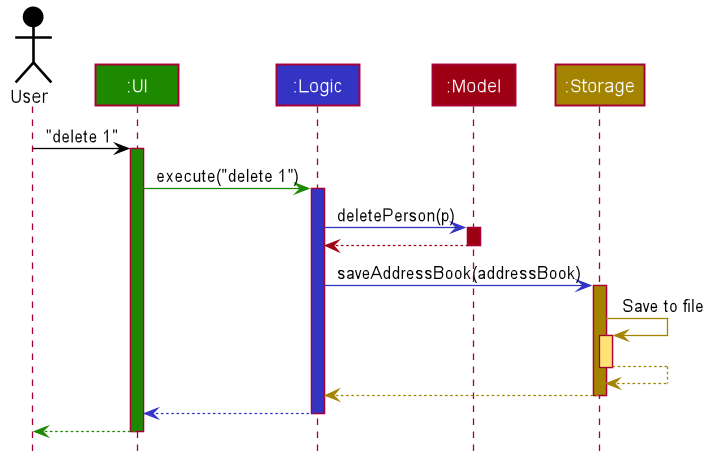
The PlantUML diagram docs/images/ArchitectureSequenceDiagram.png in nus-cs2103-AY2122S1/tp, before a commit.
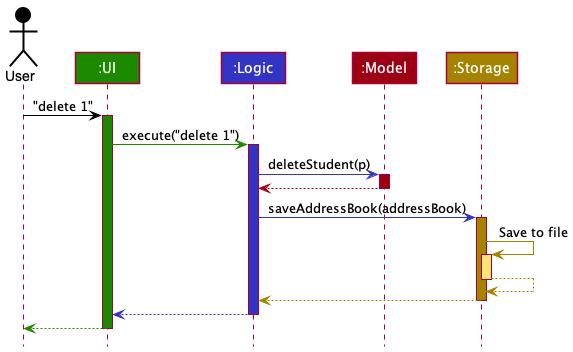
The same file after the commit.

Diff of the diagram source:
```diff
@@ -1,85 +1,38 @@
 @startuml
+!include style.puml
 
+Actor User as user USER_COLOR
+Participant ":UI" as ui UI_COLOR
+Participant ":Logic" as logic LOGIC_COLOR
+Participant ":Model" as model MODEL_COLOR
+Participant ":Storage" as storage STORAGE_COLOR
 
+user -[USER_COLOR]> ui : "delete 1"
+activate ui UI_COLOR
 
+ui -[UI_COLOR]> logic : execute("delete 1")
+activate logic LOGIC_COLOR
 
+logic -[LOGIC_COLOR]> model : deleteStudent(p)
+activate model MODEL_COLOR
 
-
-
-
-skinparam BackgroundColor #FFFFFFF
-
-skinparam Shadowing false
-
-skinparam Class {
-    FontColor #FFFFFF
-    BorderThickness 1
-    BorderColor #FFFFFF
-    StereotypeFontColor #FFFFFF
-    FontName Arial
-}
-
-skinparam Actor {
-    BorderColor #000000
-    Color #000000
-    FontName Arial
-}
-
-skinparam Sequence {
-    MessageAlign center
-    BoxFontSize 15
-    BoxPadding 0
-    BoxFontColor #FFFFFF
-    FontName Arial
-}
-
-skinparam Participant {
-    FontColor #FFFFFFF
-    Padding 20
-}
-
-skinparam MinClassWidth 50
-skinparam ParticipantPadding 10
-skinparam Shadowing false
-skinparam DefaultTextAlignment center
-skinparam packageStyle Rectangle
-
-hide footbox
-hide members
-hide circle
-
-Actor User as user #000000
-Participant ":UI" as ui #1D8900
-Participant ":Logic" as logic #3333C4
-Participant ":Model" as model #9D0012
-Participant ":Storage" as storage #A38300
-
-user -[#000000]> ui : "delete 1"
-activate ui #1D8900
-
-ui -[#1D8900]> logic : execute("delete 1")
-activate logic #3333C4
-
-logic -[#3333C4]> model : deletePerson(p)
-activate model #9D0012
-
-model -[#9D0012]-> logic
+model -[MODEL_COLOR]-> logic
 deactivate model
 
-logic -[#3333C4]> storage : saveAddressBook(addressBook)
-activate storage #A38300
+logic -[LOGIC_COLOR]> storage : saveAddressBook(addressBook)
+activate storage STORAGE_COLOR
 
-storage -[#A38300]> storage : Save to file
-activate storage #FFE374
-storage --[#A38300]> storage
+storage -[STORAGE_COLOR]> storage : Save to file
+activate storage STORAGE_COLOR_T1
+storage --[STORAGE_COLOR]> storage
 deactivate storage
 
-storage --[#A38300]> logic
+storage --[STORAGE_COLOR]> logic
 deactivate storage
 
-logic --[#3333C4]> ui
+logic --[LOGIC_COLOR]> ui
 deactivate logic
 
-ui--[#1D8900]> user
+ui--[UI_COLOR]> user
 deactivate ui
 @enduml
```
